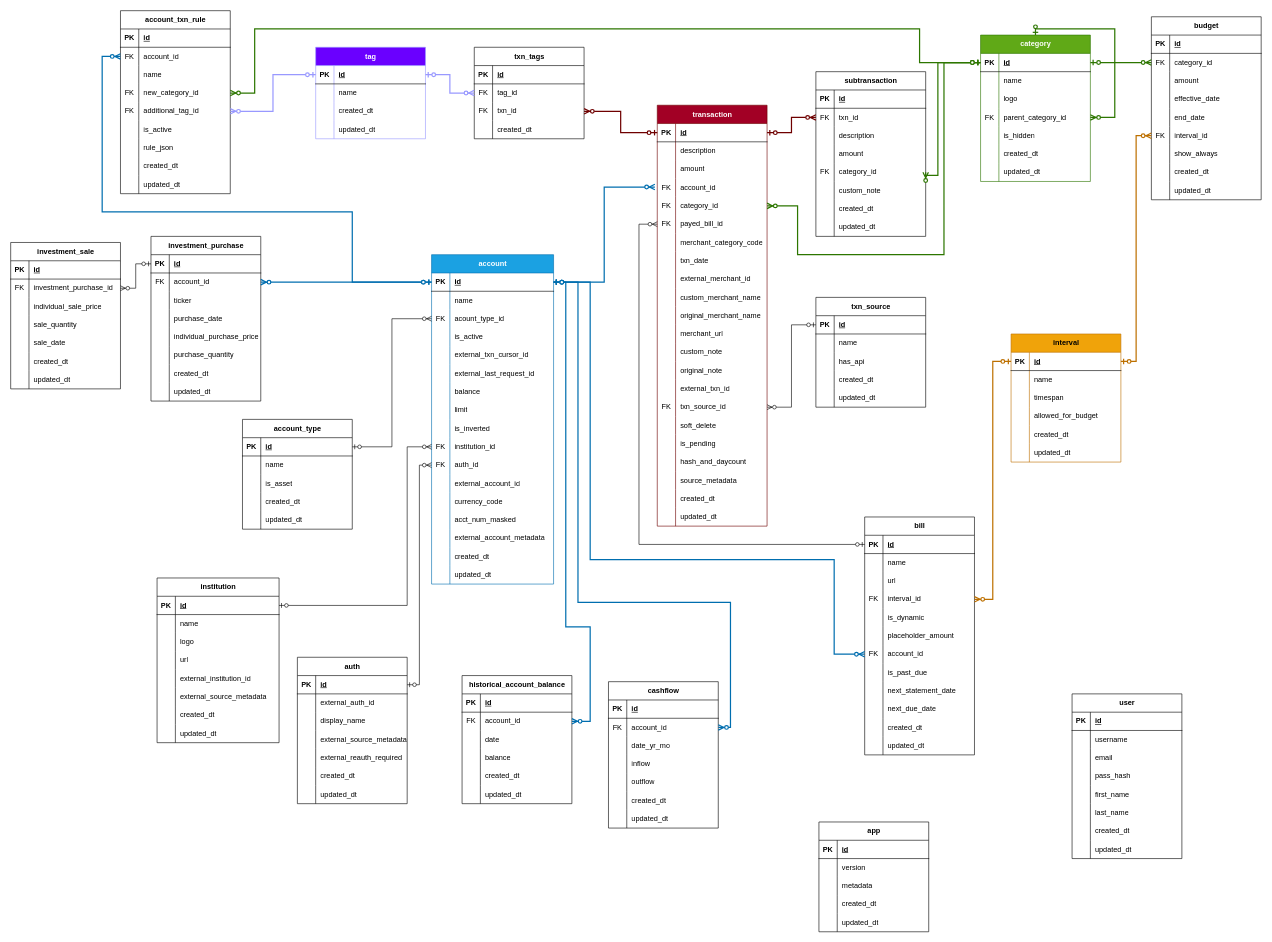
Above: maple_erd.drawio in defron/maple (draw.io), before the change. Source tidied: cells renumbered, new cells numbered last; positions are measured from the earlier drawing's top-left corner, leaving out a move shared by most shapes. Both pictures are drawn from the tidied source at 61%, with x=0, y=0 at pixel (10, 10).
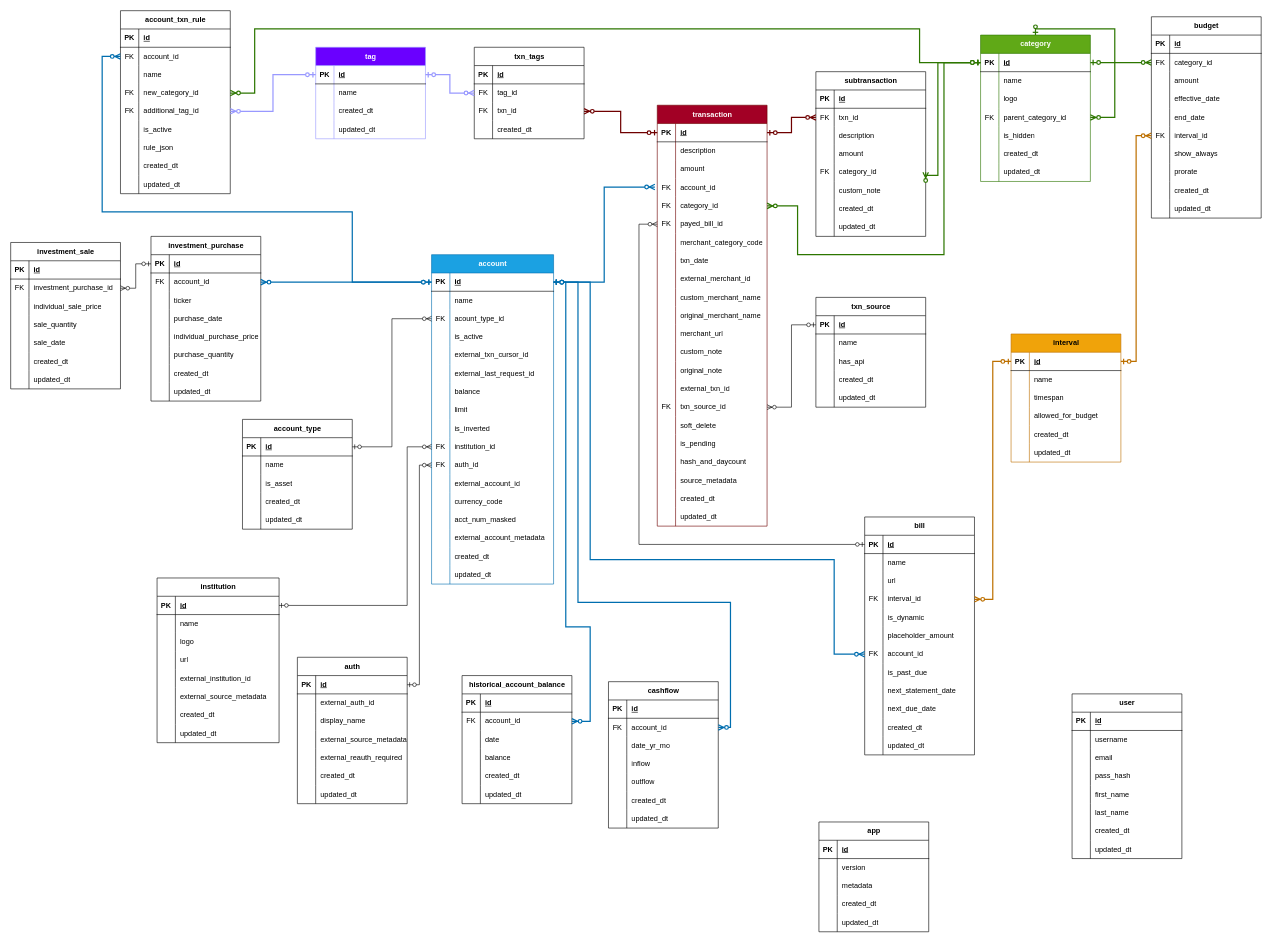
The same page after the edit.

Diff of the diagram source:
```diff
@@
     <mxCell id="25" value="budget" style="shape=table;startSize=30;childLayout=tableLayout;rowLines=0;fontStyle=1;align=center;html=1;" parent="1" vertex="1">
-      <mxGeometry x="1870" y="10" width="180" height="300" as="geometry" />
+      <mxGeometry x="1870" y="10" width="180" height="330" as="geometry" />
     </mxCell>
@@
+    <mxCell id="537" style="shape=tableRow;horizontal=0;startSize=0;swimlaneHead=0;swimlaneBody=0;fillColor=none;top=0;left=0;right=0;bottom=0;" parent="25" vertex="1">
+      <mxGeometry y="240" width="180" height="30" as="geometry" />
+    </mxCell>
+    <mxCell id="538" style="shape=partialRectangle;fillColor=none;top=0;left=0;bottom=0;right=0;overflow=hidden;whiteSpace=wrap;html=1;" parent="537" vertex="1">
+      <mxGeometry width="30" height="30" as="geometry" />
+    </mxCell>
+    <mxCell id="539" value="prorate" style="shape=partialRectangle;fillColor=none;top=0;left=0;bottom=0;right=0;align=left;spacingLeft=6;overflow=hidden;whiteSpace=wrap;html=1;" parent="537" vertex="1">
+      <mxGeometry x="30" width="150" height="30" as="geometry" />
+    </mxCell>
     <mxCell id="47" style="shape=tableRow;horizontal=0;startSize=0;swimlaneHead=0;swimlaneBody=0;fillColor=none;top=0;left=0;right=0;bottom=0;" parent="25" vertex="1">
-      <mxGeometry y="240" width="180" height="30" as="geometry" />
+      <mxGeometry y="270" width="180" height="30" as="geometry" />
     </mxCell>
@@
     <mxCell id="50" style="shape=tableRow;horizontal=0;startSize=0;swimlaneHead=0;swimlaneBody=0;fillColor=none;top=0;left=0;right=0;bottom=0;" parent="25" vertex="1">
-      <mxGeometry y="270" width="180" height="30" as="geometry" />
+      <mxGeometry y="300" width="180" height="30" as="geometry" />
     </mxCell>
```
